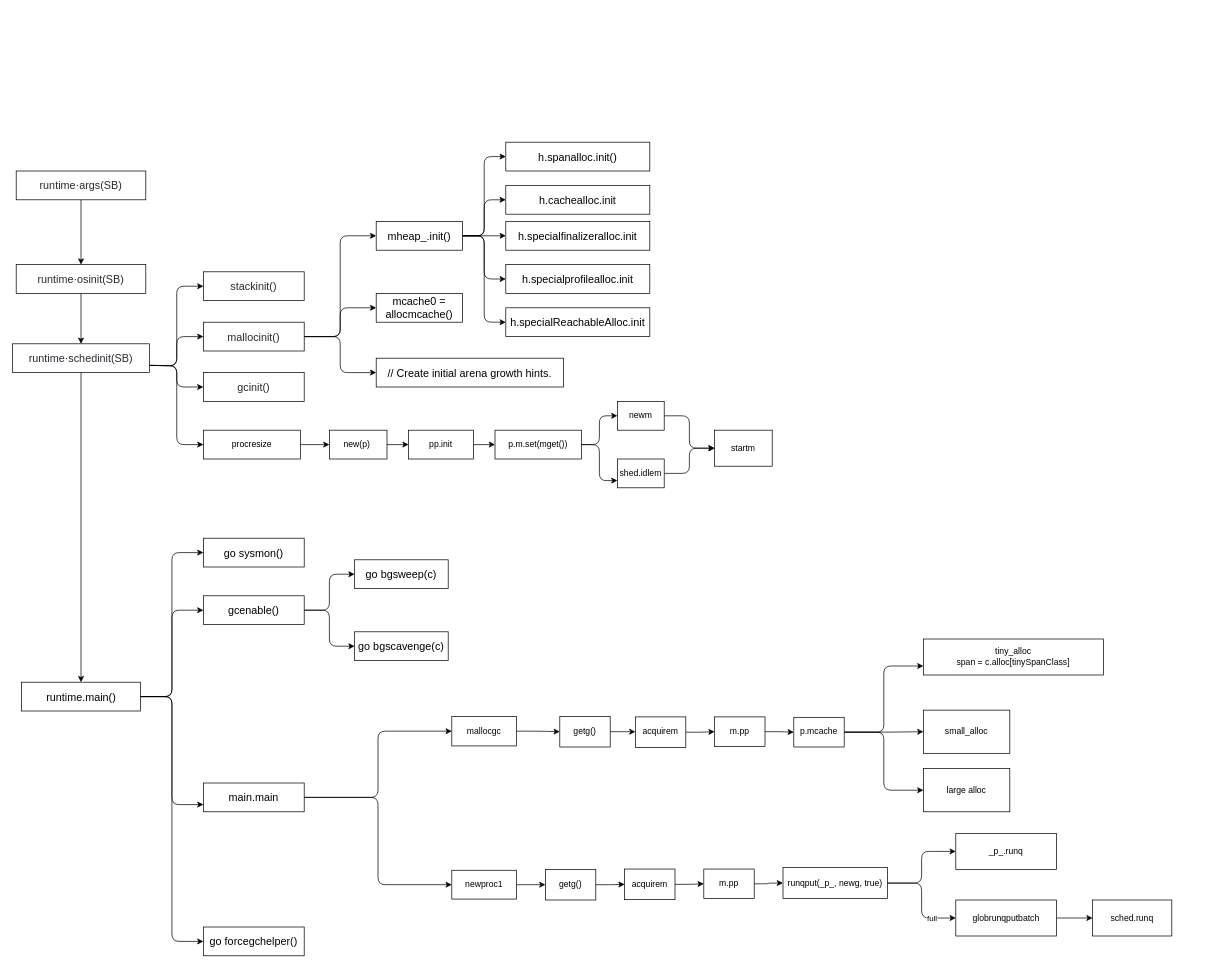
Earlier version of the draw.io diagram page "bootstrap" (1 of 2) of source/diagrams/Go.drawio (wxquare/wxquare.github.io). Source tidied: cells renumbered, new cells numbered last; positions are measured from the earlier drawing's top-left corner, leaving out a move shared by most shapes. Both pictures are drawn from the tidied source at 72%, with x=0, y=0 at pixel (12, 142).
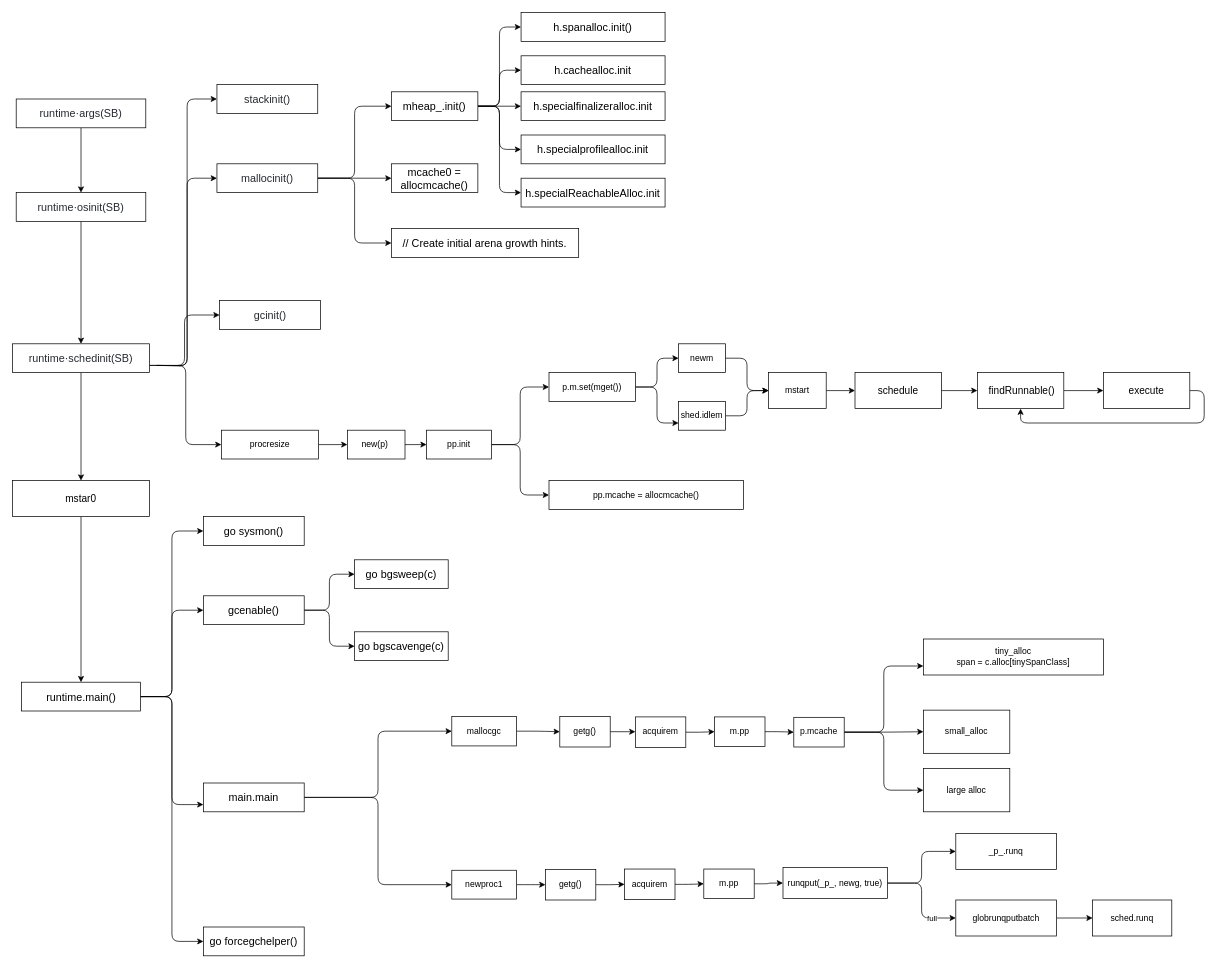
Above is the later version.

Unchanged cells that the change refers to:
```xml
<mxCell id="11" value="&lt;div style=&quot;box-sizing: border-box; font-size: 15px; margin-top: 0px; margin-bottom: 0px; overflow-wrap: normal; padding: 16px; overflow: auto; line-height: 1.45; background-color: var(--color-canvas-subtle); border-radius: 6px; word-break: normal; color: rgb(36, 41, 47); text-align: start;&quot;&gt;runtime·&lt;span style=&quot;box-sizing: border-box; font-size: 15px;&quot; class=&quot;pl-s1&quot;&gt;schedinit&lt;/span&gt;(&lt;span style=&quot;box-sizing: border-box; font-size: 15px;&quot; class=&quot;pl-s1&quot;&gt;SB&lt;/span&gt;)&lt;/div&gt;" style="rounded=0;whiteSpace=wrap;html=1;fontFamily=Helvetica;fontSize=15;" parent="1" vertex="1">
  <mxGeometry y="280" width="190" height="40" as="geometry" />
</mxCell>
<mxCell id="22" value="runtime.main()" style="rounded=0;whiteSpace=wrap;html=1;fontFamily=Helvetica;fontSize=15;" parent="1" vertex="1">
  <mxGeometry x="12.5" y="750" width="165" height="40" as="geometry" />
</mxCell>
```

Diff of the diagram source:
```diff
@@
     <mxCell id="3" value="&lt;div style=&quot;box-sizing: border-box; font-size: 15px; margin-top: 0px; margin-bottom: 0px; overflow-wrap: normal; padding: 16px; overflow: auto; line-height: 1.45; background-color: var(--color-canvas-subtle); border-radius: 6px; word-break: normal; color: rgb(36, 41, 47); text-align: start;&quot;&gt;runtime·&lt;span style=&quot;box-sizing: border-box; font-size: 15px;&quot; class=&quot;pl-s1&quot;&gt;args&lt;/span&gt;(&lt;span style=&quot;box-sizing: border-box; font-size: 15px;&quot; class=&quot;pl-s1&quot;&gt;SB&lt;/span&gt;)&lt;/div&gt;" style="rounded=0;whiteSpace=wrap;html=1;fontFamily=Helvetica;fontSize=15;" parent="1" vertex="1">
-      <mxGeometry x="5" y="40" width="180" height="40" as="geometry" />
+      <mxGeometry x="5" y="-60" width="180" height="40" as="geometry" />
     </mxCell>
@@
     <mxCell id="5" value="&lt;div style=&quot;box-sizing: border-box; font-size: 15px; margin-top: 0px; margin-bottom: 0px; overflow-wrap: normal; padding: 16px; overflow: auto; line-height: 1.45; background-color: var(--color-canvas-subtle); border-radius: 6px; word-break: normal; color: rgb(36, 41, 47); text-align: start;&quot;&gt;runtime·&lt;span style=&quot;box-sizing: border-box; font-size: 15px;&quot; class=&quot;pl-s1&quot;&gt;osinit&lt;/span&gt;(&lt;span style=&quot;box-sizing: border-box; font-size: 15px;&quot; class=&quot;pl-s1&quot;&gt;SB&lt;/span&gt;)&lt;/div&gt;" style="rounded=0;whiteSpace=wrap;html=1;fontFamily=Helvetica;fontSize=15;" parent="1" vertex="1">
-      <mxGeometry x="5" y="170" width="180" height="40" as="geometry" />
+      <mxGeometry x="5" y="70" width="180" height="40" as="geometry" />
     </mxCell>
-    <mxCell id="6" style="edgeStyle=orthogonalEdgeStyle;rounded=1;jettySize=auto;html=1;exitX=1;exitY=0.5;exitDx=0;exitDy=0;entryX=0;entryY=0.5;entryDx=0;entryDy=0;fontFamily=Helvetica;fontSize=15;" parent="1" edge="1" target="12">
+    <mxCell id="6" style="edgeStyle=orthogonalEdgeStyle;rounded=1;jettySize=auto;html=1;entryX=0;entryY=0.5;entryDx=0;entryDy=0;fontFamily=Helvetica;fontSize=15;" parent="1" edge="1" target="12">
       <mxGeometry relative="1" as="geometry">
-        <mxPoint x="190" y="310" as="sourcePoint" />
+        <mxPoint x="200" y="310" as="sourcePoint" />
       </mxGeometry>
     </mxCell>
-    <mxCell id="7" style="edgeStyle=orthogonalEdgeStyle;rounded=1;jettySize=auto;html=1;exitX=1;exitY=0.5;exitDx=0;exitDy=0;entryX=0;entryY=0.5;entryDx=0;entryDy=0;fontFamily=Helvetica;fontSize=15;" parent="1" edge="1" target="16">
+    <mxCell id="7" style="edgeStyle=orthogonalEdgeStyle;rounded=1;jettySize=auto;html=1;entryX=0;entryY=0.5;entryDx=0;entryDy=0;fontFamily=Helvetica;fontSize=15;" parent="1" edge="1" target="16">
       <mxGeometry relative="1" as="geometry">
-        <mxPoint x="190" y="310" as="sourcePoint" />
+        <mxPoint x="200" y="310" as="sourcePoint" />
       </mxGeometry>
     </mxCell>
-    <mxCell id="8" style="edgeStyle=orthogonalEdgeStyle;rounded=1;jettySize=auto;html=1;exitX=1;exitY=0.5;exitDx=0;exitDy=0;entryX=0;entryY=0.5;entryDx=0;entryDy=0;fontFamily=Helvetica;fontSize=15;" parent="1" edge="1" target="17">
-      <mxGeometry relative="1" as="geometry">
-        <mxPoint x="190" y="310" as="sourcePoint" />
-      </mxGeometry>
+    <mxCell id="8" style="edgeStyle=orthogonalEdgeStyle;rounded=1;jettySize=auto;html=1;exitX=1;exitY=0.75;exitDx=0;exitDy=0;entryX=0;entryY=0.5;entryDx=0;entryDy=0;fontFamily=Helvetica;fontSize=15;" parent="1" edge="1" source="11" target="17">
+      <mxGeometry relative="1" as="geometry" />
     </mxCell>
-    <mxCell id="9" style="edgeStyle=orthogonalEdgeStyle;rounded=1;jettySize=auto;html=1;exitX=0.5;exitY=1;exitDx=0;exitDy=0;fontFamily=Helvetica;fontSize=15;" parent="1" edge="1" source="11" target="22">
-      <mxGeometry relative="1" as="geometry" />
-    </mxCell>
@@
+    <mxCell id="91" style="edgeStyle=orthogonalEdgeStyle;rounded=1;jettySize=auto;html=1;exitX=0.5;exitY=1;exitDx=0;exitDy=0;" parent="1" edge="1" source="11" target="95">
+      <mxGeometry relative="1" as="geometry" />
+    </mxCell>
@@
     <mxCell id="12" value="&lt;div style=&quot;box-sizing: border-box; font-size: 15px; margin-top: 0px; margin-bottom: 0px; overflow-wrap: normal; padding: 16px; overflow: auto; line-height: 1.45; background-color: var(--color-canvas-subtle); border-radius: 6px; word-break: normal; color: rgb(36, 41, 47); text-align: start;&quot;&gt;stackinit()&lt;/div&gt;" style="rounded=0;whiteSpace=wrap;html=1;fontFamily=Helvetica;fontSize=15;" parent="1" vertex="1">
-      <mxGeometry x="265" y="180" width="140" height="40" as="geometry" />
+      <mxGeometry x="283.8" y="-80" width="140" height="40" as="geometry" />
     </mxCell>
@@
     <mxCell id="16" value="&lt;div style=&quot;box-sizing: border-box; font-size: 15px; margin-top: 0px; margin-bottom: 0px; overflow-wrap: normal; padding: 16px; overflow: auto; line-height: 1.45; background-color: var(--color-canvas-subtle); border-radius: 6px; word-break: normal; color: rgb(36, 41, 47); text-align: start;&quot;&gt;&lt;div style=&quot;box-sizing: border-box; margin-top: 0px; margin-bottom: 0px; overflow-wrap: normal; padding: 16px; overflow: auto; line-height: 1.45; background-color: var(--color-canvas-subtle); border-radius: 6px; word-break: normal; font-size: 15px;&quot;&gt;mallocinit()&lt;/div&gt;&lt;/div&gt;" style="rounded=0;whiteSpace=wrap;html=1;fontFamily=Helvetica;fontSize=15;" parent="1" vertex="1">
-      <mxGeometry x="265" y="250" width="140" height="40" as="geometry" />
+      <mxGeometry x="283.8" y="30" width="140" height="40" as="geometry" />
     </mxCell>
     <mxCell id="17" value="&lt;div style=&quot;box-sizing: border-box; font-size: 15px; margin-top: 0px; margin-bottom: 0px; overflow-wrap: normal; padding: 16px; overflow: auto; line-height: 1.45; background-color: var(--color-canvas-subtle); border-radius: 6px; word-break: normal; color: rgb(36, 41, 47); text-align: start;&quot;&gt;&lt;div style=&quot;box-sizing: border-box; margin-top: 0px; margin-bottom: 0px; overflow-wrap: normal; padding: 16px; overflow: auto; line-height: 1.45; background-color: var(--color-canvas-subtle); border-radius: 6px; word-break: normal; font-size: 15px;&quot;&gt;gcinit()&lt;/div&gt;&lt;/div&gt;" style="rounded=0;whiteSpace=wrap;html=1;fontFamily=Helvetica;fontSize=15;" parent="1" vertex="1">
-      <mxGeometry x="265" y="320" width="140" height="40" as="geometry" />
+      <mxGeometry x="287.5" y="220" width="140" height="40" as="geometry" />
     </mxCell>
@@
     <mxCell id="26" value="go sysmon()" style="rounded=0;whiteSpace=wrap;html=1;fontFamily=Helvetica;fontSize=15;" parent="1" vertex="1">
-      <mxGeometry x="265" y="550" width="140" height="40" as="geometry" />
+      <mxGeometry x="265" y="520" width="140" height="40" as="geometry" />
     </mxCell>
@@
     <mxCell id="38" value="mheap_.init()" style="rounded=0;whiteSpace=wrap;html=1;fontFamily=Helvetica;fontSize=15;" parent="1" vertex="1">
-      <mxGeometry x="505" y="110" width="120" height="40" as="geometry" />
+      <mxGeometry x="526.2" y="-70" width="120" height="40" as="geometry" />
     </mxCell>
     <mxCell id="39" value="mcache0 = allocmcache()" style="rounded=0;whiteSpace=wrap;html=1;fontFamily=Helvetica;fontSize=15;" parent="1" vertex="1">
-      <mxGeometry x="505" y="210" width="120" height="40" as="geometry" />
+      <mxGeometry x="526.2" y="30" width="120" height="40" as="geometry" />
     </mxCell>
     <mxCell id="40" value="// Create initial arena growth hints." style="rounded=0;whiteSpace=wrap;html=1;fontFamily=Helvetica;fontSize=15;" parent="1" vertex="1">
-      <mxGeometry x="505" y="300" width="260" height="40" as="geometry" />
+      <mxGeometry x="526.2" y="120" width="260" height="40" as="geometry" />
     </mxCell>
     <mxCell id="41" value="h.spanalloc.init()" style="rounded=0;whiteSpace=wrap;html=1;fontFamily=Helvetica;fontSize=15;" parent="1" vertex="1">
-      <mxGeometry x="685" width="200" height="40" as="geometry" />
+      <mxGeometry x="706.2" y="-180" width="200" height="40" as="geometry" />
     </mxCell>
     <mxCell id="42" value="h.cachealloc.init" style="rounded=0;whiteSpace=wrap;html=1;fontFamily=Helvetica;fontSize=15;" parent="1" vertex="1">
-      <mxGeometry x="685" y="60" width="200" height="40" as="geometry" />
+      <mxGeometry x="706.2" y="-120" width="200" height="40" as="geometry" />
     </mxCell>
     <mxCell id="43" value="h.specialfinalizeralloc.init" style="rounded=0;whiteSpace=wrap;html=1;fontFamily=Helvetica;fontSize=15;" parent="1" vertex="1">
-      <mxGeometry x="685" y="110" width="200" height="40" as="geometry" />
+      <mxGeometry x="706.2" y="-70" width="200" height="40" as="geometry" />
     </mxCell>
     <mxCell id="44" value="h.specialprofilealloc.init" style="rounded=0;whiteSpace=wrap;html=1;fontFamily=Helvetica;fontSize=15;" parent="1" vertex="1">
-      <mxGeometry x="685" y="170" width="200" height="40" as="geometry" />
+      <mxGeometry x="706.2" y="-10" width="200" height="40" as="geometry" />
     </mxCell>
     <mxCell id="45" value="h.specialReachableAlloc.init" style="rounded=0;whiteSpace=wrap;html=1;fontFamily=Helvetica;fontSize=15;" parent="1" vertex="1">
-      <mxGeometry x="685" y="230" width="200" height="40" as="geometry" />
+      <mxGeometry x="706.2" y="50" width="200" height="40" as="geometry" />
     </mxCell>
@@
     <mxCell id="62" value="procresize" style="rounded=0;whiteSpace=wrap;html=1;" parent="1" vertex="1">
-      <mxGeometry x="265" y="400" width="135" height="40" as="geometry" />
+      <mxGeometry x="290" y="400" width="135" height="40" as="geometry" />
     </mxCell>
@@
     <mxCell id="80" value="&lt;div&gt;&lt;span style=&quot;background-color: initial;&quot;&gt;new(p)&amp;nbsp;&lt;/span&gt;&lt;/div&gt;" style="rounded=0;whiteSpace=wrap;html=1;" parent="1" vertex="1">
-      <mxGeometry x="440" y="400" width="80" height="40" as="geometry" />
+      <mxGeometry x="465" y="400" width="80" height="40" as="geometry" />
     </mxCell>
+    <mxCell id="92" style="edgeStyle=orthogonalEdgeStyle;rounded=1;jettySize=auto;html=1;exitX=1;exitY=0.5;exitDx=0;exitDy=0;entryX=0;entryY=0.5;entryDx=0;entryDy=0;" parent="1" edge="1" source="82" target="102">
+      <mxGeometry relative="1" as="geometry" />
+    </mxCell>
@@
     <mxCell id="82" value="pp.init" style="rounded=0;whiteSpace=wrap;html=1;" parent="1" vertex="1">
-      <mxGeometry x="550" y="400" width="90" height="40" as="geometry" />
+      <mxGeometry x="575" y="400" width="90" height="40" as="geometry" />
     </mxCell>
@@
     <mxCell id="85" value="p.m.set(mget())" style="rounded=0;whiteSpace=wrap;html=1;" parent="1" vertex="1">
-      <mxGeometry x="670" y="400" width="120" height="40" as="geometry" />
+      <mxGeometry x="745" y="320" width="120" height="40" as="geometry" />
     </mxCell>
@@
     <mxCell id="87" value="newm" style="rounded=0;whiteSpace=wrap;html=1;" parent="1" vertex="1">
-      <mxGeometry x="840" y="360" width="65" height="40" as="geometry" />
+      <mxGeometry x="925" y="280" width="65" height="40" as="geometry" />
     </mxCell>
@@
     <mxCell id="89" value="shed.idlem" style="rounded=0;whiteSpace=wrap;html=1;" parent="1" vertex="1">
-      <mxGeometry x="840" y="440" width="65" height="40" as="geometry" />
+      <mxGeometry x="925" y="360" width="65" height="40" as="geometry" />
     </mxCell>
+    <mxCell id="93" style="edgeStyle=orthogonalEdgeStyle;rounded=1;jettySize=auto;html=1;exitX=1;exitY=0.5;exitDx=0;exitDy=0;entryX=0;entryY=0.5;entryDx=0;entryDy=0;fontSize=14;" parent="1" edge="1" source="90" target="97">
+      <mxGeometry relative="1" as="geometry" />
+    </mxCell>
-    <mxCell id="90" value="startm" style="rounded=0;whiteSpace=wrap;html=1;" parent="1" vertex="1">
-      <mxGeometry x="975" y="400" width="80" height="50" as="geometry" />
+    <mxCell id="90" value="mstart" style="rounded=0;whiteSpace=wrap;html=1;" parent="1" vertex="1">
+      <mxGeometry x="1050" y="320" width="80" height="50" as="geometry" />
     </mxCell>
+    <mxCell id="94" style="edgeStyle=orthogonalEdgeStyle;rounded=1;jettySize=auto;html=1;exitX=0.5;exitY=1;exitDx=0;exitDy=0;entryX=0.5;entryY=0;entryDx=0;entryDy=0;fontSize=14;" parent="1" edge="1" source="95" target="22">
+      <mxGeometry relative="1" as="geometry" />
+    </mxCell>
+    <mxCell id="95" value="&lt;font style=&quot;font-size: 14px;&quot;&gt;mstar0&lt;/font&gt;" style="rounded=0;whiteSpace=wrap;html=1;" parent="1" vertex="1">
+      <mxGeometry y="470" width="190" height="50" as="geometry" />
+    </mxCell>
+    <mxCell id="96" style="edgeStyle=orthogonalEdgeStyle;rounded=1;jettySize=auto;html=1;exitX=1;exitY=0.5;exitDx=0;exitDy=0;entryX=0;entryY=0.5;entryDx=0;entryDy=0;fontSize=14;" parent="1" edge="1" source="97" target="99">
+      <mxGeometry relative="1" as="geometry" />
+    </mxCell>
+    <mxCell id="97" value="schedule" style="rounded=0;whiteSpace=wrap;html=1;fontSize=14;" parent="1" vertex="1">
+      <mxGeometry x="1170" y="320" width="120" height="50" as="geometry" />
+    </mxCell>
+    <mxCell id="98" style="edgeStyle=orthogonalEdgeStyle;rounded=1;jettySize=auto;html=1;exitX=1;exitY=0.5;exitDx=0;exitDy=0;entryX=0;entryY=0.5;entryDx=0;entryDy=0;fontSize=14;" parent="1" edge="1" source="99" target="101">
+      <mxGeometry relative="1" as="geometry" />
+    </mxCell>
+    <mxCell id="99" value="&amp;nbsp;findRunnable()" style="rounded=0;whiteSpace=wrap;html=1;fontSize=14;" parent="1" vertex="1">
+      <mxGeometry x="1340" y="320" width="120" height="50" as="geometry" />
+    </mxCell>
+    <mxCell id="100" style="edgeStyle=orthogonalEdgeStyle;rounded=1;jettySize=auto;html=1;exitX=1;exitY=0.5;exitDx=0;exitDy=0;entryX=0.5;entryY=1;entryDx=0;entryDy=0;fontSize=14;" parent="1" edge="1" source="101" target="99">
+      <mxGeometry relative="1" as="geometry" />
+    </mxCell>
+    <mxCell id="101" value="execute" style="rounded=0;whiteSpace=wrap;html=1;fontSize=14;" parent="1" vertex="1">
+      <mxGeometry x="1515" y="320" width="120" height="50" as="geometry" />
+    </mxCell>
+    <mxCell id="102" value="pp.mcache = allocmcache()" style="rounded=0;whiteSpace=wrap;html=1;" parent="1" vertex="1">
+      <mxGeometry x="745" y="470" width="270" height="40" as="geometry" />
+    </mxCell>
```
